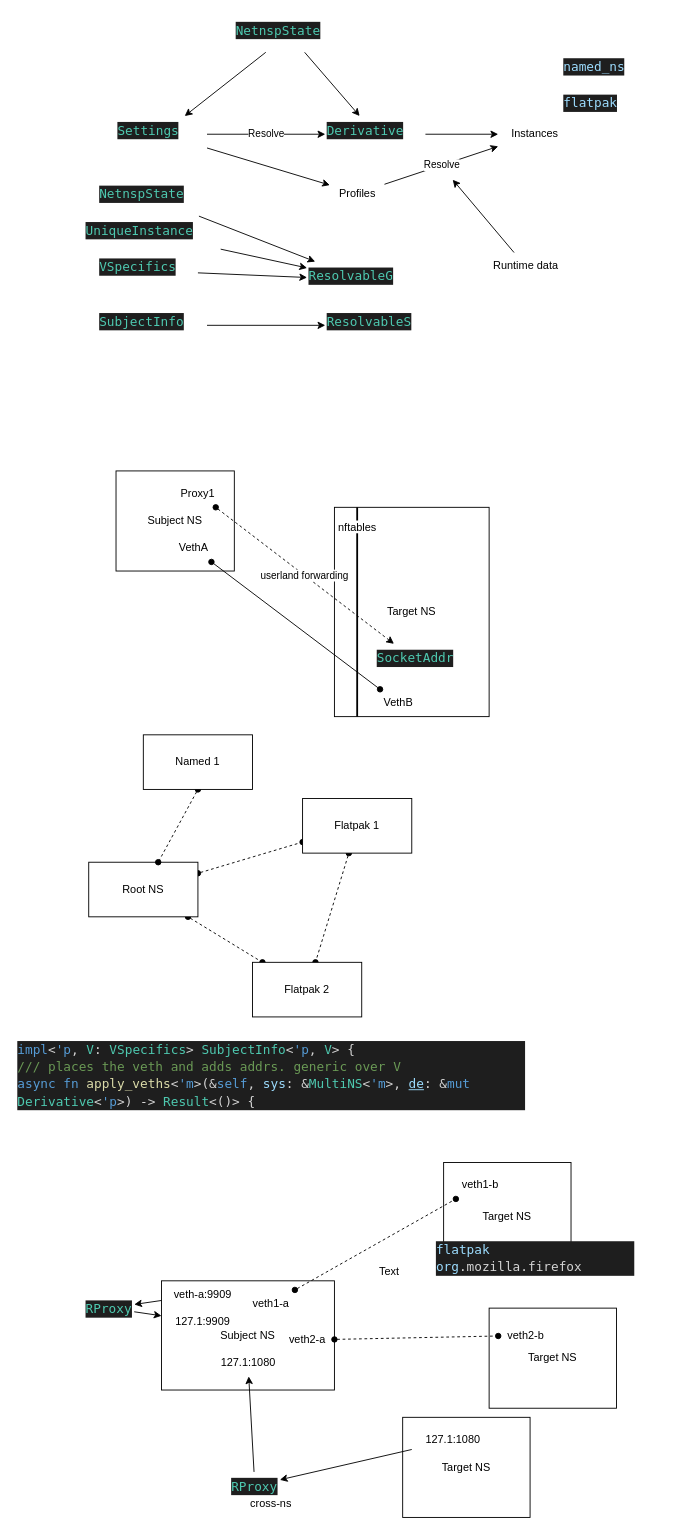
Earlier version of the draw.io diagram notes/g.drawio (planetoryd/netns-proxy). Source tidied: cells renumbered, new cells numbered last; positions are measured from the earlier drawing's top-left corner, leaving out a move shared by most shapes. Both pictures are drawn from the tidied source at 91%, with x=0, y=0 at pixel (15, 15).
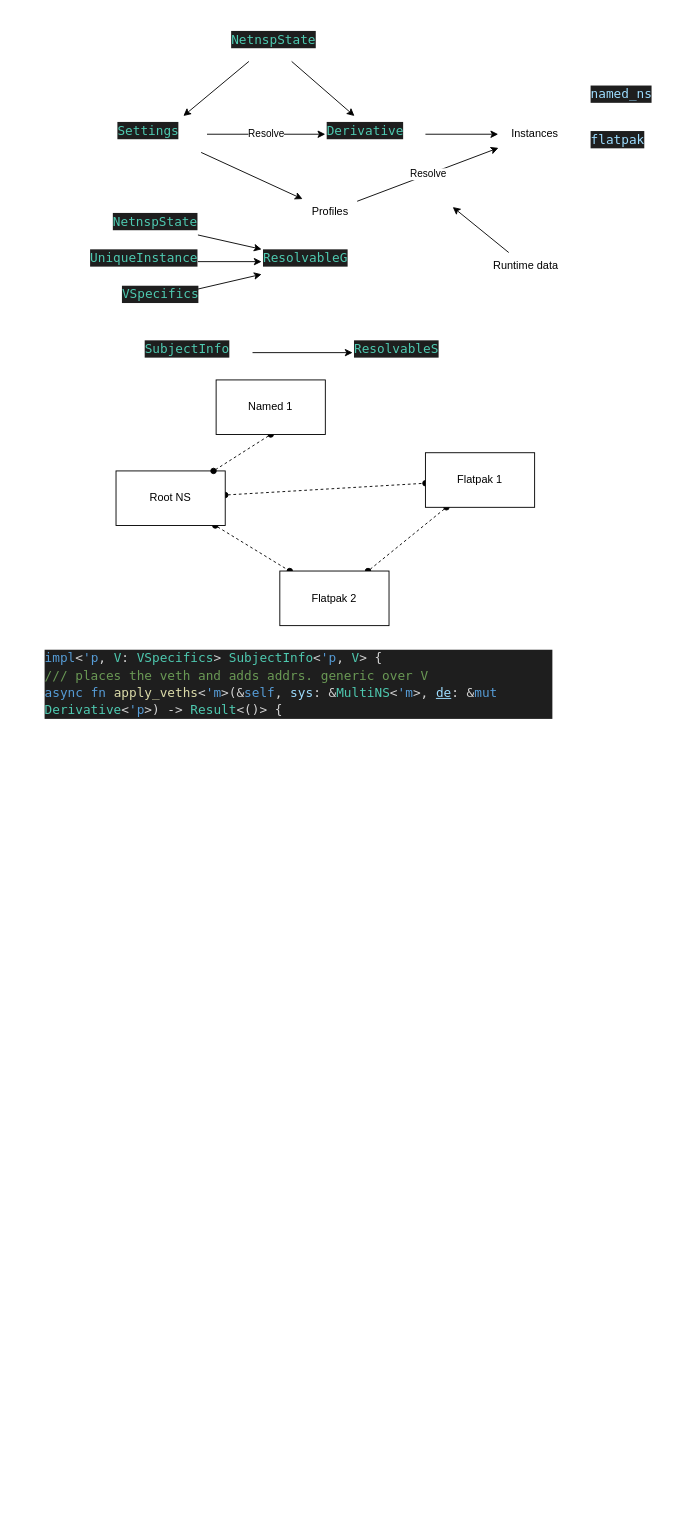
After the change.

Unchanged cells that the change refers to:
```xml
<mxCell id="26" value="Runtime data" style="text;html=1;align=center;verticalAlign=middle;points=[];strokeColor=none;fillColor=none;" parent="1" vertex="1">
  <mxGeometry x="510" y="260" width="100" height="30" as="geometry" />
</mxCell>
```

The edit, as a diff of the source:
```diff
@@
     <mxCell id="4" value="&lt;div style=&quot;color: rgb(212, 212, 212); background-color: rgb(30, 30, 30); font-family: &amp;quot;Droid Sans Mono&amp;quot;, &amp;quot;monospace&amp;quot;, monospace; font-weight: normal; font-size: 14px; line-height: 19px;&quot;&gt;&lt;div&gt;&lt;span style=&quot;color: #4ec9b0;&quot;&gt;NetnspState&lt;/span&gt;&lt;/div&gt;&lt;/div&gt;" style="text;whiteSpace=wrap;html=1;" parent="1" vertex="1">
-      <mxGeometry x="240" width="120" height="40" as="geometry" />
+      <mxGeometry x="235" y="10" width="90" height="40" as="geometry" />
     </mxCell>
@@
     <mxCell id="10" value="&lt;div style=&quot;color: rgb(212, 212, 212); background-color: rgb(30, 30, 30); font-family: &amp;quot;Droid Sans Mono&amp;quot;, &amp;quot;monospace&amp;quot;, monospace; font-weight: normal; font-size: 14px; line-height: 19px;&quot;&gt;&lt;div&gt;&lt;span style=&quot;color: #4ec9b0;&quot;&gt;ResolvableG&lt;/span&gt;&lt;/div&gt;&lt;/div&gt;" style="text;whiteSpace=wrap;html=1;" parent="1" vertex="1">
-      <mxGeometry x="320" y="270" width="120" height="40" as="geometry" />
+      <mxGeometry x="270" y="250" width="120" height="40" as="geometry" />
     </mxCell>
     <mxCell id="11" value="&lt;div style=&quot;color: rgb(212, 212, 212); background-color: rgb(30, 30, 30); font-family: &amp;quot;Droid Sans Mono&amp;quot;, &amp;quot;monospace&amp;quot;, monospace; font-weight: normal; font-size: 14px; line-height: 19px;&quot;&gt;&lt;div&gt;&lt;span style=&quot;color: #4ec9b0;&quot;&gt;ResolvableS&lt;/span&gt;&lt;/div&gt;&lt;/div&gt;" style="text;whiteSpace=wrap;html=1;" parent="1" vertex="1">
-      <mxGeometry x="340" y="320" width="120" height="40" as="geometry" />
+      <mxGeometry x="370" y="350" width="120" height="40" as="geometry" />
     </mxCell>
@@
     <mxCell id="13" value="&lt;div style=&quot;color: rgb(212, 212, 212); background-color: rgb(30, 30, 30); font-family: &amp;quot;Droid Sans Mono&amp;quot;, &amp;quot;monospace&amp;quot;, monospace; font-weight: normal; font-size: 14px; line-height: 19px;&quot;&gt;&lt;div&gt;&lt;span style=&quot;color: #4ec9b0;&quot;&gt;NetnspState&lt;/span&gt;&lt;/div&gt;&lt;/div&gt;" style="text;whiteSpace=wrap;html=1;" parent="1" vertex="1">
-      <mxGeometry x="90" y="180" width="120" height="40" as="geometry" />
+      <mxGeometry x="105" y="210" width="95" height="40" as="geometry" />
     </mxCell>
@@
     <mxCell id="15" value="&lt;div style=&quot;color: rgb(212, 212, 212); background-color: rgb(30, 30, 30); font-family: &amp;quot;Droid Sans Mono&amp;quot;, &amp;quot;monospace&amp;quot;, monospace; font-weight: normal; font-size: 14px; line-height: 19px;&quot;&gt;&lt;div&gt;&lt;span style=&quot;color: #4ec9b0;&quot;&gt;UniqueInstance&lt;/span&gt;&lt;/div&gt;&lt;/div&gt;" style="text;whiteSpace=wrap;html=1;" parent="1" vertex="1">
-      <mxGeometry x="75" y="220" width="150" height="40" as="geometry" />
+      <mxGeometry x="80" y="250" width="120" height="40" as="geometry" />
     </mxCell>
@@
     <mxCell id="17" value="&lt;div style=&quot;color: rgb(212, 212, 212); background-color: rgb(30, 30, 30); font-family: &amp;quot;Droid Sans Mono&amp;quot;, &amp;quot;monospace&amp;quot;, monospace; font-weight: normal; font-size: 14px; line-height: 19px;&quot;&gt;&lt;div&gt;&lt;span style=&quot;color: #4ec9b0;&quot;&gt;VSpecifics&lt;/span&gt;&lt;/div&gt;&lt;/div&gt;" style="text;whiteSpace=wrap;html=1;" parent="1" vertex="1">
-      <mxGeometry x="90" y="260" width="110" height="40" as="geometry" />
+      <mxGeometry x="115" y="290" width="85" height="40" as="geometry" />
     </mxCell>
@@
     <mxCell id="19" value="&lt;div style=&quot;color: rgb(212, 212, 212); background-color: rgb(30, 30, 30); font-family: &amp;quot;Droid Sans Mono&amp;quot;, &amp;quot;monospace&amp;quot;, monospace; font-weight: normal; font-size: 14px; line-height: 19px;&quot;&gt;&lt;div&gt;&lt;span style=&quot;color: #4ec9b0;&quot;&gt;SubjectInfo&lt;/span&gt;&lt;/div&gt;&lt;/div&gt;" style="text;whiteSpace=wrap;html=1;" parent="1" vertex="1">
-      <mxGeometry x="90" y="320" width="120" height="40" as="geometry" />
+      <mxGeometry x="140" y="350" width="120" height="40" as="geometry" />
     </mxCell>
@@
     <mxCell id="22" value="Profiles" style="text;html=1;align=center;verticalAlign=middle;points=[];strokeColor=none;fillColor=none;" parent="1" vertex="1">
-      <mxGeometry x="345" y="180" width="60" height="30" as="geometry" />
+      <mxGeometry x="315" y="200" width="60" height="30" as="geometry" />
     </mxCell>
     <mxCell id="23" value="&lt;div style=&quot;color: rgb(212, 212, 212); background-color: rgb(30, 30, 30); font-family: &amp;quot;Droid Sans Mono&amp;quot;, &amp;quot;monospace&amp;quot;, monospace; font-weight: normal; font-size: 14px; line-height: 19px;&quot;&gt;&lt;div&gt;&lt;span style=&quot;color: #9cdcfe;&quot;&gt;named_ns&lt;/span&gt;&lt;/div&gt;&lt;/div&gt;" style="text;whiteSpace=wrap;html=1;" parent="1" vertex="1">
-      <mxGeometry x="600" y="40" width="100" height="40" as="geometry" />
+      <mxGeometry x="630" y="70" width="100" height="40" as="geometry" />
     </mxCell>
     <mxCell id="24" value="&lt;div style=&quot;color: rgb(212, 212, 212); background-color: rgb(30, 30, 30); font-family: &amp;quot;Droid Sans Mono&amp;quot;, &amp;quot;monospace&amp;quot;, monospace; font-weight: normal; font-size: 14px; line-height: 19px;&quot;&gt;&lt;div&gt;&lt;span style=&quot;color: #9cdcfe;&quot;&gt;flatpak&lt;/span&gt;&lt;/div&gt;&lt;/div&gt;" style="text;whiteSpace=wrap;html=1;" parent="1" vertex="1">
-      <mxGeometry x="600" y="80" width="90" height="40" as="geometry" />
+      <mxGeometry x="630" y="120" width="90" height="40" as="geometry" />
     </mxCell>
     <mxCell id="25" style="edgeStyle=none;html=1;" parent="1" edge="1" source="26">
       <mxGeometry relative="1" as="geometry">
-        <mxPoint x="480" y="180" as="targetPoint" />
+        <mxPoint x="480" y="210" as="targetPoint" />
       </mxGeometry>
     </mxCell>
@@
-    <mxCell id="27" value="Subject NS" style="rounded=0;whiteSpace=wrap;html=1;" parent="1" vertex="1">
-      <mxGeometry x="110" y="500" width="130" height="110" as="geometry" />
-    </mxCell>
-    <mxCell id="28" value="Target NS" style="rounded=0;whiteSpace=wrap;html=1;" parent="1" vertex="1">
-      <mxGeometry x="350" y="540" width="170" height="230" as="geometry" />
-    </mxCell>
-    <mxCell id="29" style="html=1;strokeColor=default;startArrow=oval;startFill=1;endArrow=oval;endFill=1;" parent="1" edge="1" source="30" target="31">
-      <mxGeometry relative="1" as="geometry" />
-    </mxCell>
-    <mxCell id="30" value="VethA" style="text;html=1;align=center;verticalAlign=middle;points=[];strokeColor=none;fillColor=none;" parent="1" vertex="1">
-      <mxGeometry x="165" y="570" width="60" height="30" as="geometry" />
-    </mxCell>
-    <mxCell id="31" value="VethB" style="text;html=1;align=center;verticalAlign=middle;points=[];strokeColor=none;fillColor=none;" parent="1" vertex="1">
-      <mxGeometry x="390" y="740" width="60" height="30" as="geometry" />
-    </mxCell>
-    <mxCell id="32" value="userland forwarding" style="edgeStyle=none;html=1;strokeColor=default;startArrow=oval;startFill=1;endArrow=classic;endFill=1;dashed=1;" parent="1" edge="1" source="33" target="34">
-      <mxGeometry relative="1" as="geometry" />
-    </mxCell>
-    <mxCell id="33" value="Proxy1" style="text;html=1;strokeColor=none;fillColor=none;align=center;verticalAlign=middle;whiteSpace=wrap;rounded=0;" parent="1" vertex="1">
-      <mxGeometry x="170" y="510" width="60" height="30" as="geometry" />
-    </mxCell>
-    <mxCell id="34" value="&lt;div style=&quot;color: rgb(212, 212, 212); background-color: rgb(30, 30, 30); font-family: &amp;quot;Droid Sans Mono&amp;quot;, &amp;quot;monospace&amp;quot;, monospace; font-weight: normal; font-size: 14px; line-height: 19px;&quot;&gt;&lt;div&gt;&lt;span style=&quot;color: #4ec9b0;&quot;&gt;SocketAddr&lt;/span&gt;&lt;/div&gt;&lt;/div&gt;" style="text;whiteSpace=wrap;html=1;" parent="1" vertex="1">
-      <mxGeometry x="395" y="690" width="80" height="30" as="geometry" />
-    </mxCell>
-    <mxCell id="35" value="nftables" style="line;strokeWidth=2;direction=south;html=1;" parent="1" vertex="1">
-      <mxGeometry x="370" y="540" width="10" height="230" as="geometry" />
-    </mxCell>
@@
     <mxCell id="38" value="Root NS" style="rounded=0;whiteSpace=wrap;html=1;" parent="1" vertex="1">
-      <mxGeometry x="80" y="930" width="120" height="60" as="geometry" />
+      <mxGeometry x="110" y="500" width="120" height="60" as="geometry" />
     </mxCell>
@@
     <mxCell id="40" value="Flatpak 1" style="rounded=0;whiteSpace=wrap;html=1;" parent="1" vertex="1">
-      <mxGeometry x="315" y="860" width="120" height="60" as="geometry" />
+      <mxGeometry x="450" y="480" width="120" height="60" as="geometry" />
     </mxCell>
     <mxCell id="41" value="Flatpak 2" style="rounded=0;whiteSpace=wrap;html=1;" parent="1" vertex="1">
-      <mxGeometry x="260" y="1040" width="120" height="60" as="geometry" />
+      <mxGeometry x="290" y="610" width="120" height="60" as="geometry" />
     </mxCell>
@@
     <mxCell id="43" value="Named 1" style="rounded=0;whiteSpace=wrap;html=1;" parent="1" vertex="1">
-      <mxGeometry x="140" y="790" width="120" height="60" as="geometry" />
+      <mxGeometry x="220" y="400" width="120" height="60" as="geometry" />
     </mxCell>
-    <mxCell id="44" value="Subject NS" style="rounded=0;whiteSpace=wrap;html=1;" parent="1" vertex="1">
-      <mxGeometry x="160" y="1390" width="190" height="120" as="geometry" />
-    </mxCell>
-    <mxCell id="45" value="Target NS" style="rounded=0;whiteSpace=wrap;html=1;" parent="1" vertex="1">
-      <mxGeometry x="470" y="1260" width="140" height="120" as="geometry" />
-    </mxCell>
-    <mxCell id="46" value="Target NS" style="rounded=0;whiteSpace=wrap;html=1;" parent="1" vertex="1">
-      <mxGeometry x="520" y="1420" width="140" height="110" as="geometry" />
-    </mxCell>
-    <mxCell id="47" style="edgeStyle=none;html=1;dashed=1;strokeColor=default;startArrow=oval;startFill=1;endArrow=oval;endFill=1;" parent="1" edge="1" source="48" target="49">
-      <mxGeometry relative="1" as="geometry" />
-    </mxCell>
-    <mxCell id="48" value="veth1-a" style="text;html=1;align=center;verticalAlign=middle;points=[];strokeColor=none;fillColor=none;" parent="1" vertex="1">
-      <mxGeometry x="250" y="1400" width="60" height="30" as="geometry" />
-    </mxCell>
-    <mxCell id="49" value="veth1-b" style="text;html=1;align=center;verticalAlign=middle;points=[];strokeColor=none;fillColor=none;" parent="1" vertex="1">
-      <mxGeometry x="480" y="1270" width="60" height="30" as="geometry" />
-    </mxCell>
-    <mxCell id="50" style="edgeStyle=none;html=1;dashed=1;strokeColor=default;startArrow=oval;startFill=1;endArrow=oval;endFill=1;" parent="1" edge="1" source="51" target="52">
-      <mxGeometry relative="1" as="geometry" />
-    </mxCell>
-    <mxCell id="51" value="veth2-a" style="text;html=1;align=center;verticalAlign=middle;points=[];strokeColor=none;fillColor=none;" parent="1" vertex="1">
-      <mxGeometry x="290" y="1440" width="60" height="30" as="geometry" />
-    </mxCell>
-    <mxCell id="52" value="veth2-b" style="text;html=1;align=center;verticalAlign=middle;points=[];strokeColor=none;fillColor=none;" parent="1" vertex="1">
-      <mxGeometry x="530" y="1435" width="60" height="30" as="geometry" />
-    </mxCell>
     <mxCell id="53" value="&lt;div style=&quot;color: rgb(212, 212, 212); background-color: rgb(30, 30, 30); font-family: &amp;quot;Droid Sans Mono&amp;quot;, &amp;quot;monospace&amp;quot;, monospace; font-weight: normal; font-size: 14px; line-height: 19px;&quot;&gt;&lt;div&gt;&lt;span style=&quot;color: #569cd6;&quot;&gt;impl&lt;/span&gt;&lt;span style=&quot;color: #d4d4d4;&quot;&gt;&amp;lt;&lt;/span&gt;&lt;span style=&quot;color: #569cd6;&quot;&gt;'&lt;/span&gt;&lt;span style=&quot;color: #569cd6;&quot;&gt;p&lt;/span&gt;&lt;span style=&quot;color: #d4d4d4;&quot;&gt;, &lt;/span&gt;&lt;span style=&quot;color: #4ec9b0;&quot;&gt;V&lt;/span&gt;&lt;span style=&quot;color: #d4d4d4;&quot;&gt;: &lt;/span&gt;&lt;span style=&quot;color: #4ec9b0;&quot;&gt;VSpecifics&lt;/span&gt;&lt;span style=&quot;color: #d4d4d4;&quot;&gt;&amp;gt; &lt;/span&gt;&lt;span style=&quot;color: #4ec9b0;&quot;&gt;SubjectInfo&lt;/span&gt;&lt;span style=&quot;color: #d4d4d4;&quot;&gt;&amp;lt;&lt;/span&gt;&lt;span style=&quot;color: #569cd6;&quot;&gt;'&lt;/span&gt;&lt;span style=&quot;color: #569cd6;&quot;&gt;p&lt;/span&gt;&lt;span style=&quot;color: #d4d4d4;&quot;&gt;, &lt;/span&gt;&lt;span style=&quot;color: #4ec9b0;&quot;&gt;V&lt;/span&gt;&lt;span style=&quot;color: #d4d4d4;&quot;&gt;&amp;gt; {&lt;/span&gt;&lt;/div&gt;&lt;div&gt;&lt;span style=&quot;color: #6a9955;&quot;&gt;    &lt;/span&gt;&lt;span style=&quot;color: #6a9955;&quot;&gt;/// places the veth and adds addrs. generic over V&lt;/span&gt;&lt;/div&gt;&lt;div&gt;&lt;span style=&quot;color: #d4d4d4;&quot;&gt;    &lt;/span&gt;&lt;span style=&quot;color: #569cd6;&quot;&gt;async&lt;/span&gt;&lt;span style=&quot;color: #d4d4d4;&quot;&gt; &lt;/span&gt;&lt;span style=&quot;color: #569cd6;&quot;&gt;fn&lt;/span&gt;&lt;span style=&quot;color: #d4d4d4;&quot;&gt; &lt;/span&gt;&lt;span style=&quot;color: #dcdcaa;&quot;&gt;apply_veths&lt;/span&gt;&lt;span style=&quot;color: #d4d4d4;&quot;&gt;&amp;lt;&lt;/span&gt;&lt;span style=&quot;color: #569cd6;&quot;&gt;'&lt;/span&gt;&lt;span style=&quot;color: #569cd6;&quot;&gt;m&lt;/span&gt;&lt;span style=&quot;color: #d4d4d4;&quot;&gt;&amp;gt;(&amp;amp;&lt;/span&gt;&lt;span style=&quot;color: #569cd6;&quot;&gt;self&lt;/span&gt;&lt;span style=&quot;color: #d4d4d4;&quot;&gt;, &lt;/span&gt;&lt;span style=&quot;color: #9cdcfe;&quot;&gt;sys&lt;/span&gt;&lt;span style=&quot;color: #d4d4d4;&quot;&gt;: &amp;amp;&lt;/span&gt;&lt;span style=&quot;color: #4ec9b0;&quot;&gt;MultiNS&lt;/span&gt;&lt;span style=&quot;color: #d4d4d4;&quot;&gt;&amp;lt;&lt;/span&gt;&lt;span style=&quot;color: #569cd6;&quot;&gt;'&lt;/span&gt;&lt;span style=&quot;color: #569cd6;&quot;&gt;m&lt;/span&gt;&lt;span style=&quot;color: #d4d4d4;&quot;&gt;&amp;gt;, &lt;/span&gt;&lt;span style=&quot;color: #9cdcfe;text-decoration: underline;&quot;&gt;de&lt;/span&gt;&lt;span style=&quot;color: #d4d4d4;&quot;&gt;: &amp;amp;&lt;/span&gt;&lt;span style=&quot;color: #569cd6;&quot;&gt;mut&lt;/span&gt;&lt;span style=&quot;color: #d4d4d4;&quot;&gt; &lt;/span&gt;&lt;span style=&quot;color: #4ec9b0;&quot;&gt;Derivative&lt;/span&gt;&lt;span style=&quot;color: #d4d4d4;&quot;&gt;&amp;lt;&lt;/span&gt;&lt;span style=&quot;color: #569cd6;&quot;&gt;'&lt;/span&gt;&lt;span style=&quot;color: #569cd6;&quot;&gt;p&lt;/span&gt;&lt;span style=&quot;color: #d4d4d4;&quot;&gt;&amp;gt;) &lt;/span&gt;&lt;span style=&quot;color: #d4d4d4;&quot;&gt;-&amp;gt;&lt;/span&gt;&lt;span style=&quot;color: #d4d4d4;&quot;&gt; &lt;/span&gt;&lt;span style=&quot;color: #4ec9b0;&quot;&gt;Result&lt;/span&gt;&lt;span style=&quot;color: #d4d4d4;&quot;&gt;&amp;lt;()&amp;gt; {&lt;/span&gt;&lt;/div&gt;&lt;/div&gt;" style="text;whiteSpace=wrap;html=1;" parent="1" vertex="1">
-      <mxGeometry y="1120" width="560" height="100" as="geometry" />
+      <mxGeometry x="30" y="690" width="560" height="100" as="geometry" />
     </mxCell>
-    <mxCell id="54" style="edgeStyle=none;html=1;" parent="1" edge="1" source="55" target="56">
-      <mxGeometry relative="1" as="geometry" />
-    </mxCell>
-    <mxCell id="55" value="&lt;div style=&quot;color: rgb(212, 212, 212); background-color: rgb(30, 30, 30); font-family: &amp;quot;Droid Sans Mono&amp;quot;, &amp;quot;monospace&amp;quot;, monospace; font-weight: normal; font-size: 14px; line-height: 19px;&quot;&gt;&lt;div&gt;&lt;span style=&quot;color: #4ec9b0;&quot;&gt;RProxy&lt;/span&gt;&lt;/div&gt;&lt;/div&gt;" style="text;whiteSpace=wrap;html=1;" parent="1" vertex="1">
-      <mxGeometry x="75" y="1405" width="55" height="30" as="geometry" />
-    </mxCell>
-    <mxCell id="56" value="127.1:9909" style="text;html=1;align=center;verticalAlign=middle;points=[];strokeColor=none;fillColor=none;" parent="1" vertex="1">
-      <mxGeometry x="160" y="1420" width="90" height="30" as="geometry" />
-    </mxCell>
-    <mxCell id="57" style="edgeStyle=none;html=1;" parent="1" edge="1" source="58" target="55">
-      <mxGeometry relative="1" as="geometry" />
-    </mxCell>
-    <mxCell id="58" value="veth-a:9909" style="text;html=1;align=center;verticalAlign=middle;points=[];strokeColor=none;fillColor=none;" parent="1" vertex="1">
-      <mxGeometry x="160" y="1390" width="90" height="30" as="geometry" />
-    </mxCell>
-    <mxCell id="59" style="edgeStyle=none;html=1;" parent="1" edge="1" source="60" target="64">
-      <mxGeometry relative="1" as="geometry" />
-    </mxCell>
-    <mxCell id="60" value="&lt;div style=&quot;color: rgb(212, 212, 212); background-color: rgb(30, 30, 30); font-family: &amp;quot;Droid Sans Mono&amp;quot;, &amp;quot;monospace&amp;quot;, monospace; font-weight: normal; font-size: 14px; line-height: 19px;&quot;&gt;&lt;div&gt;&lt;span style=&quot;color: #4ec9b0;&quot;&gt;RProxy&lt;/span&gt;&lt;/div&gt;&lt;/div&gt;" style="text;whiteSpace=wrap;html=1;" parent="1" vertex="1">
-      <mxGeometry x="235" y="1600" width="55" height="30" as="geometry" />
-    </mxCell>
-    <mxCell id="61" value="Target NS" style="rounded=0;whiteSpace=wrap;html=1;" parent="1" vertex="1">
-      <mxGeometry x="425" y="1540" width="140" height="110" as="geometry" />
-    </mxCell>
-    <mxCell id="62" style="edgeStyle=none;html=1;" parent="1" edge="1" source="63" target="60">
-      <mxGeometry relative="1" as="geometry" />
-    </mxCell>
-    <mxCell id="63" value="127.1:1080" style="text;html=1;align=center;verticalAlign=middle;points=[];strokeColor=none;fillColor=none;" parent="1" vertex="1">
-      <mxGeometry x="435" y="1550" width="90" height="30" as="geometry" />
-    </mxCell>
-    <mxCell id="64" value="127.1:1080" style="text;html=1;align=center;verticalAlign=middle;points=[];strokeColor=none;fillColor=none;" parent="1" vertex="1">
-      <mxGeometry x="210" y="1465" width="90" height="30" as="geometry" />
-    </mxCell>
-    <mxCell id="65" value="cross-ns" style="text;html=1;align=center;verticalAlign=middle;strokeColor=none;fillColor=none;" parent="1" vertex="1">
-      <mxGeometry x="245" y="1620" width="70" height="30" as="geometry" />
-    </mxCell>
-    <mxCell id="66" value="Text" style="text;html=1;align=center;verticalAlign=middle;strokeColor=none;fillColor=none;" parent="1" vertex="1">
-      <mxGeometry x="385" y="1365" width="50" height="30" as="geometry" />
-    </mxCell>
-    <mxCell id="67" value="&lt;div style=&quot;color: rgb(212, 212, 212); background-color: rgb(30, 30, 30); font-family: &amp;quot;Droid Sans Mono&amp;quot;, &amp;quot;monospace&amp;quot;, monospace; font-weight: normal; font-size: 14px; line-height: 19px;&quot;&gt;&lt;div&gt;&lt;span style=&quot;color: #9cdcfe;&quot;&gt;flatpak org&lt;/span&gt;&lt;span style=&quot;color: #d4d4d4;&quot;&gt;.&lt;/span&gt;&lt;span style=&quot;color: #d4d4d4;&quot;&gt;mozilla&lt;/span&gt;&lt;span style=&quot;color: #d4d4d4;&quot;&gt;.&lt;/span&gt;&lt;span style=&quot;color: #d4d4d4;&quot;&gt;firefox&lt;/span&gt;&lt;/div&gt;&lt;/div&gt;" style="text;whiteSpace=wrap;html=1;" parent="1" vertex="1">
-      <mxGeometry x="460" y="1340" width="220" height="40" as="geometry" />
-    </mxCell>
```
